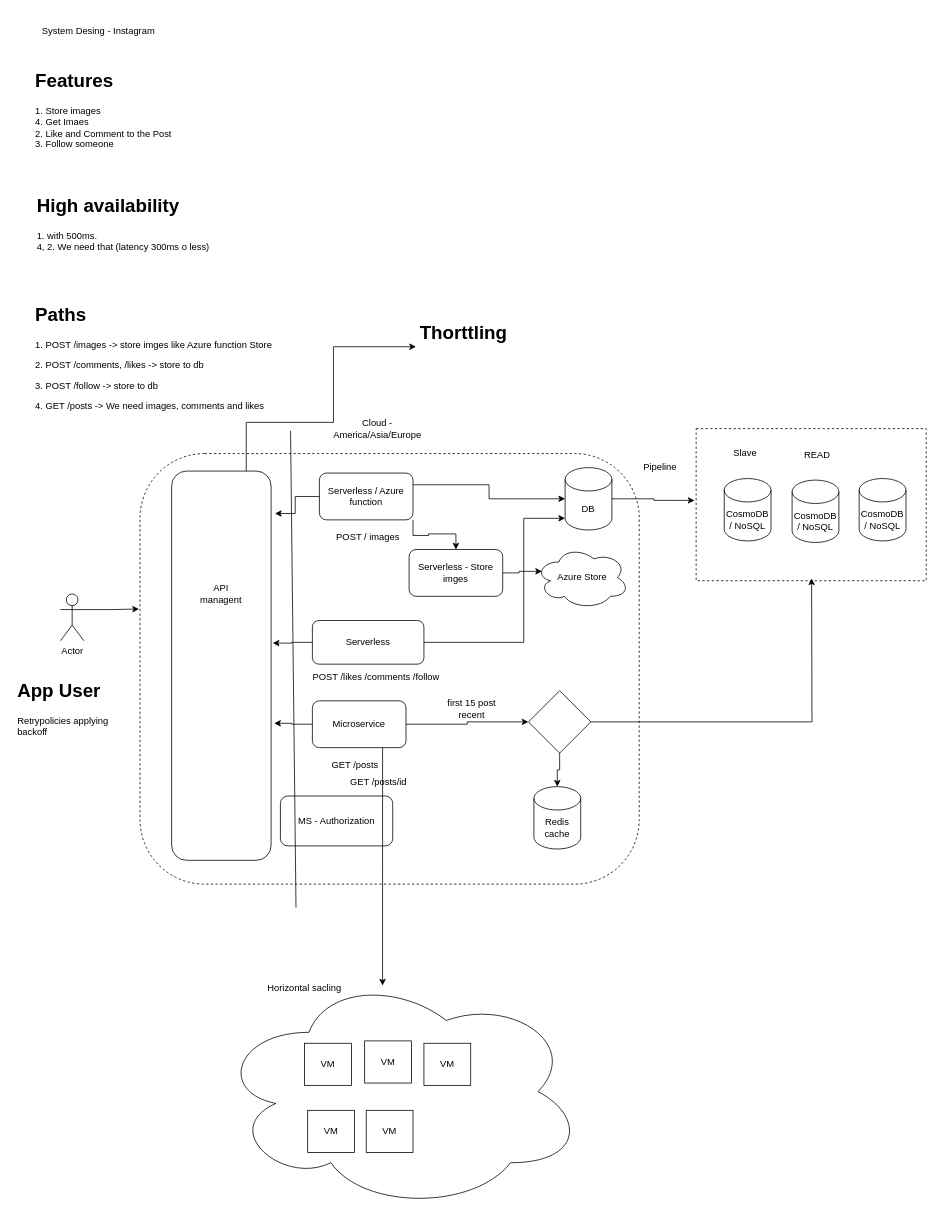
Camacaro/app.diagrams.net keeps this draw.io diagram as page "Page-3" (1 of 2) of system-design.drawio. Above is the earlier version. Source tidied: cells renumbered, new cells numbered last; positions are measured from the earlier drawing's top-left corner, leaving out a move shared by most shapes. Both pictures are drawn from the tidied source at 78%, with x=0, y=0 at pixel (13, 13).
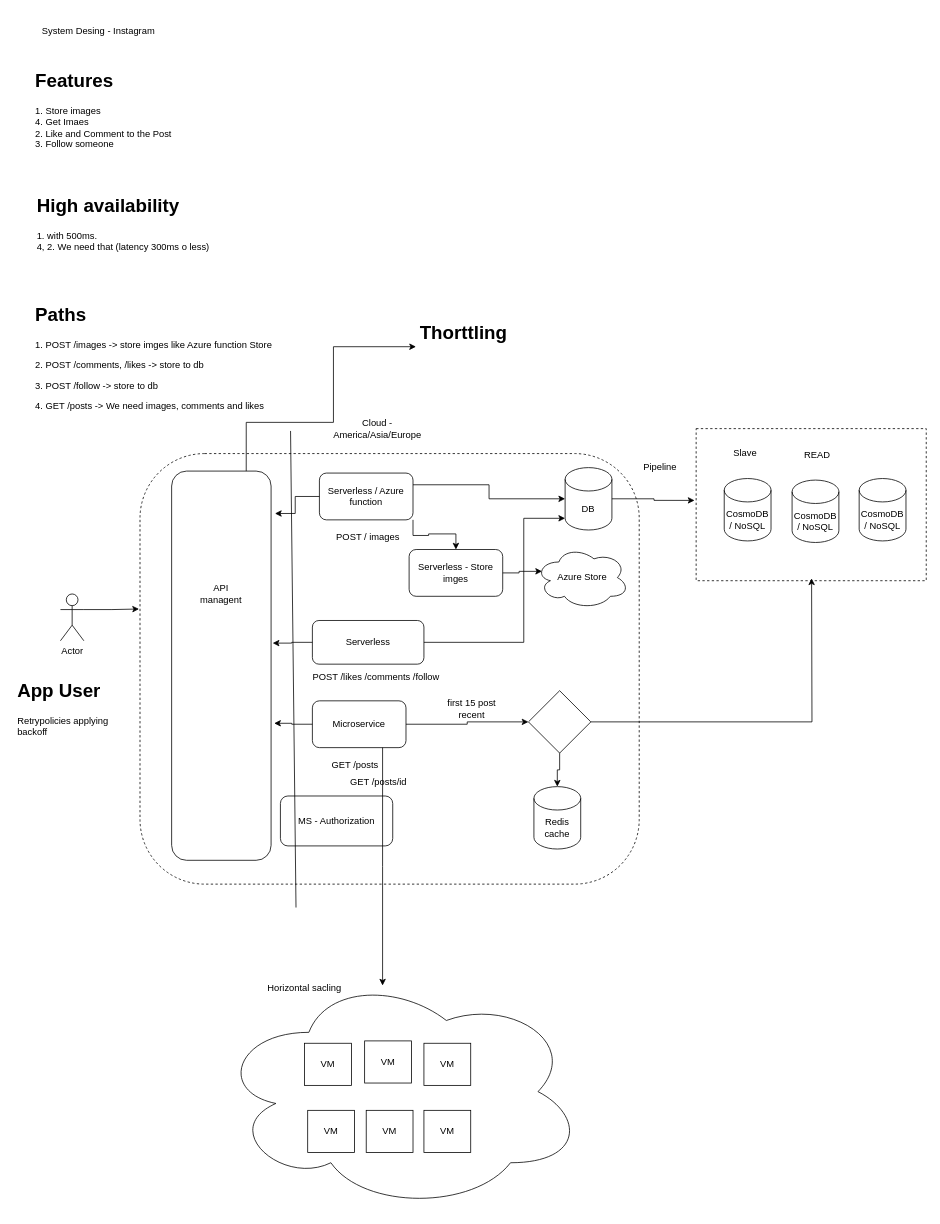
Above is the later version.

Commit message:
Update system-design.drawio - add diagram youtube

What changed in the source:
```diff
@@
+    <mxCell id="56" value="VM" style="rounded=0;whiteSpace=wrap;html=1;fillColor=none;" parent="1" vertex="1">
+      <mxGeometry x="526" y="1406" width="60" height="54" as="geometry" />
+    </mxCell>
```
